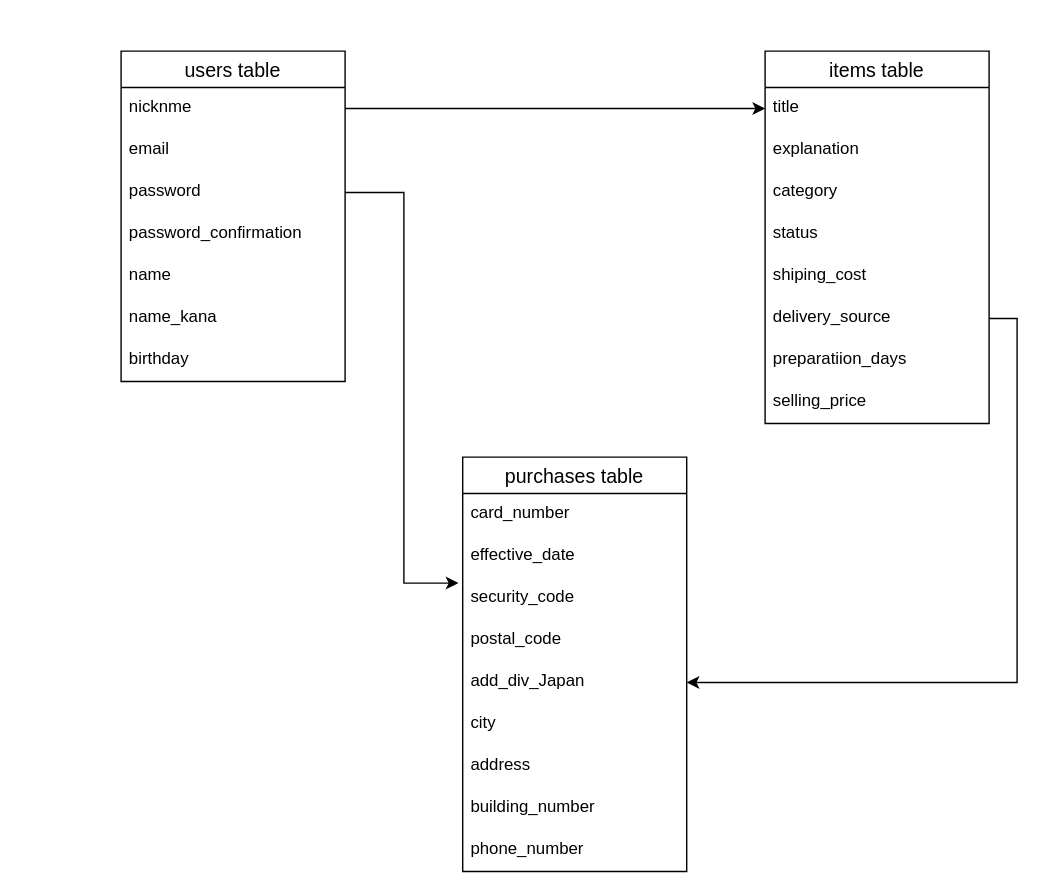
Above: test.dio in Takagineer/furima-33000 (draw.io), before the change. Source tidied: cells renumbered, new cells numbered last; positions are measured from the earlier drawing's top-left corner, leaving out a move shared by most shapes. Both pictures are drawn from the tidied source at 140%, with x=0, y=0 at pixel (120, 50).
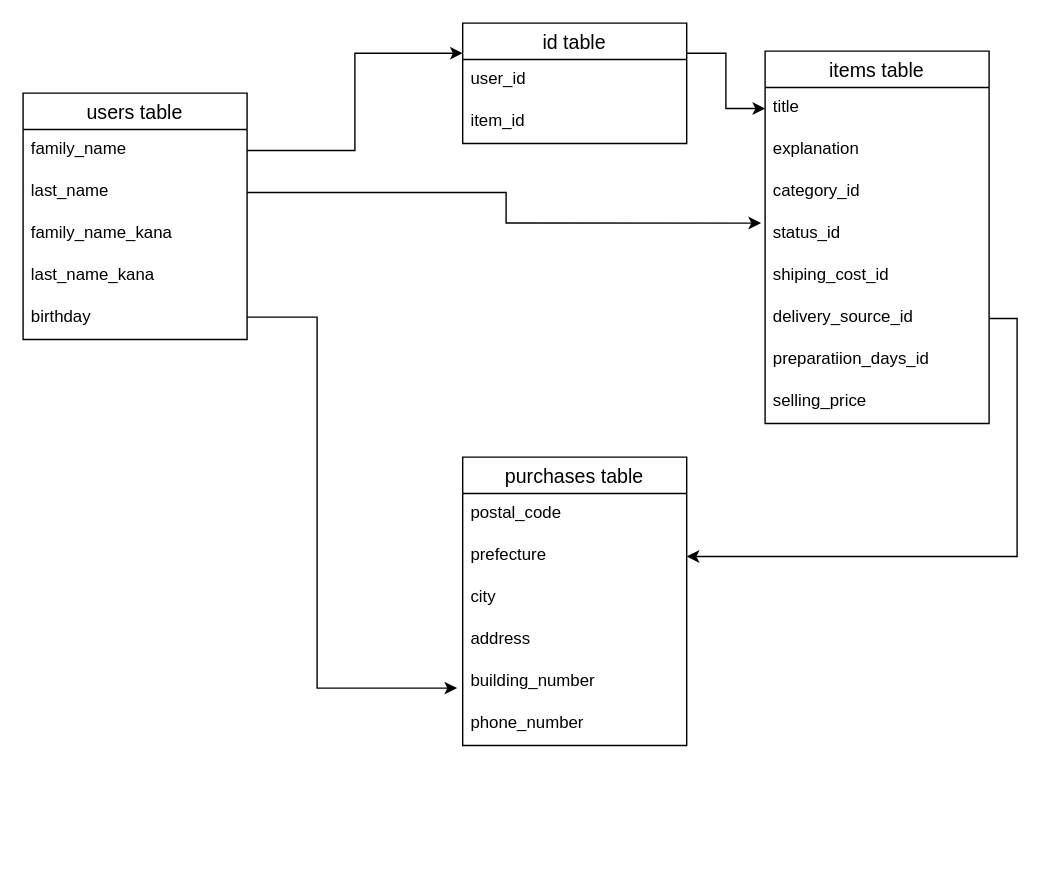
Above is the later version.

Commit message (it also covers changes not shown here):
correct_database

The change refers to these unchanged cells:
```xml
<mxCell id="10" value="items table" style="swimlane;fontStyle=0;horizontal=1;startSize=26;align=center;fontSize=14;" parent="1" vertex="1">
  <mxGeometry x="460" width="160" height="266" as="geometry" />
</mxCell>
<mxCell id="11" value="title" style="text;strokeColor=none;fillColor=none;spacingLeft=4;spacingRight=4;overflow=hidden;points=[[0,0.5],[1,0.5]];portConstraint=eastwest;fontSize=12;" parent="10" vertex="1">
  <mxGeometry y="26" width="160" height="30" as="geometry" />
</mxCell>
```

Change to the diagram source:
```diff
@@
     <mxCell id="2" value="users table" style="swimlane;fontStyle=0;horizontal=1;startSize=26;align=center;fontSize=14;" parent="1" vertex="1">
-      <mxGeometry width="160" height="236" as="geometry" />
+      <mxGeometry x="-70" y="30" width="160" height="176" as="geometry" />
     </mxCell>
-    <mxCell id="3" value="nicknme&#10;" style="text;strokeColor=none;fillColor=none;spacingLeft=4;spacingRight=4;overflow=hidden;points=[[0,0.5],[1,0.5]];portConstraint=eastwest;fontSize=12;" parent="2" vertex="1">
-      <mxGeometry y="26" width="160" height="30" as="geometry" />
-    </mxCell>
-    <mxCell id="4" value="email" style="text;strokeColor=none;fillColor=none;spacingLeft=4;spacingRight=4;overflow=hidden;points=[[0,0.5],[1,0.5]];portConstraint=eastwest;fontSize=12;" parent="2" vertex="1">
-      <mxGeometry y="56" width="160" height="30" as="geometry" />
+    <mxCell id="4" value="family_name" style="text;strokeColor=none;fillColor=none;spacingLeft=4;spacingRight=4;overflow=hidden;points=[[0,0.5],[1,0.5]];portConstraint=eastwest;fontSize=12;" parent="2" vertex="1">
+      <mxGeometry y="26" width="160" height="30" as="geometry" />
     </mxCell>
-    <mxCell id="5" value="password" style="text;strokeColor=none;fillColor=none;spacingLeft=4;spacingRight=4;overflow=hidden;points=[[0,0.5],[1,0.5]];portConstraint=eastwest;fontSize=12;" parent="2" vertex="1">
-      <mxGeometry y="86" width="160" height="30" as="geometry" />
+    <mxCell id="5" value="last_name" style="text;strokeColor=none;fillColor=none;spacingLeft=4;spacingRight=4;overflow=hidden;points=[[0,0.5],[1,0.5]];portConstraint=eastwest;fontSize=12;" parent="2" vertex="1">
+      <mxGeometry y="56" width="160" height="30" as="geometry" />
     </mxCell>
-    <mxCell id="6" value="password_confirmation" style="text;strokeColor=none;fillColor=none;spacingLeft=4;spacingRight=4;overflow=hidden;fontSize=12;" parent="2" vertex="1">
-      <mxGeometry y="116" width="160" height="30" as="geometry" />
+    <mxCell id="6" value="family_name_kana" style="text;strokeColor=none;fillColor=none;spacingLeft=4;spacingRight=4;overflow=hidden;fontSize=12;" parent="2" vertex="1">
+      <mxGeometry y="86" width="160" height="30" as="geometry" />
     </mxCell>
-    <mxCell id="7" value="name" style="text;strokeColor=none;fillColor=none;spacingLeft=4;spacingRight=4;overflow=hidden;fontSize=12;" parent="2" vertex="1">
-      <mxGeometry y="146" width="160" height="30" as="geometry" />
+    <mxCell id="7" value="last_name_kana" style="text;strokeColor=none;fillColor=none;spacingLeft=4;spacingRight=4;overflow=hidden;fontSize=12;" parent="2" vertex="1">
+      <mxGeometry y="116" width="160" height="30" as="geometry" />
     </mxCell>
-    <mxCell id="8" value="name_kana" style="text;strokeColor=none;fillColor=none;spacingLeft=4;spacingRight=4;overflow=hidden;fontSize=12;" parent="2" vertex="1">
-      <mxGeometry y="176" width="160" height="30" as="geometry" />
-    </mxCell>
+    <mxCell id="30" style="edgeStyle=orthogonalEdgeStyle;rounded=0;orthogonalLoop=1;jettySize=auto;html=1;" parent="2" edge="1">
+      <mxGeometry relative="1" as="geometry">
+        <mxPoint x="160" y="160" as="sourcePoint" />
+        <mxPoint x="310" y="425" as="targetPoint" />
+        <Array as="points">
+          <mxPoint x="210" y="160" />
+          <mxPoint x="210" y="425" />
+        </Array>
+      </mxGeometry>
+    </mxCell>
     <mxCell id="9" value="birthday" style="text;strokeColor=none;fillColor=none;spacingLeft=4;spacingRight=4;overflow=hidden;fontSize=12;" parent="2" vertex="1">
-      <mxGeometry y="206" width="160" height="30" as="geometry" />
+      <mxGeometry y="146" width="160" height="30" as="geometry" />
     </mxCell>
@@
-    <mxCell id="13" value="category" style="text;strokeColor=none;fillColor=none;spacingLeft=4;spacingRight=4;overflow=hidden;fontSize=12;" parent="10" vertex="1">
+    <mxCell id="13" value="category_id" style="text;strokeColor=none;fillColor=none;spacingLeft=4;spacingRight=4;overflow=hidden;fontSize=12;" parent="10" vertex="1">
       <mxGeometry y="86" width="160" height="30" as="geometry" />
     </mxCell>
-    <mxCell id="14" value="status" style="text;strokeColor=none;fillColor=none;spacingLeft=4;spacingRight=4;overflow=hidden;points=[[0,0.5],[1,0.5]];portConstraint=eastwest;fontSize=12;" parent="10" vertex="1">
+    <mxCell id="14" value="status_id" style="text;strokeColor=none;fillColor=none;spacingLeft=4;spacingRight=4;overflow=hidden;points=[[0,0.5],[1,0.5]];portConstraint=eastwest;fontSize=12;" parent="10" vertex="1">
       <mxGeometry y="116" width="160" height="30" as="geometry" />
     </mxCell>
-    <mxCell id="15" value="shiping_cost" style="text;strokeColor=none;fillColor=none;spacingLeft=4;spacingRight=4;overflow=hidden;fontSize=12;" parent="10" vertex="1">
+    <mxCell id="15" value="shiping_cost_id" style="text;strokeColor=none;fillColor=none;spacingLeft=4;spacingRight=4;overflow=hidden;fontSize=12;" parent="10" vertex="1">
       <mxGeometry y="146" width="160" height="30" as="geometry" />
     </mxCell>
-    <mxCell id="16" value="delivery_source" style="text;strokeColor=none;fillColor=none;spacingLeft=4;spacingRight=4;overflow=hidden;points=[[0,0.5],[1,0.5]];portConstraint=eastwest;fontSize=12;" parent="10" vertex="1">
+    <mxCell id="16" value="delivery_source_id" style="text;strokeColor=none;fillColor=none;spacingLeft=4;spacingRight=4;overflow=hidden;points=[[0,0.5],[1,0.5]];portConstraint=eastwest;fontSize=12;" parent="10" vertex="1">
       <mxGeometry y="176" width="160" height="30" as="geometry" />
     </mxCell>
-    <mxCell id="17" value="preparatiion_days" style="text;strokeColor=none;fillColor=none;spacingLeft=4;spacingRight=4;overflow=hidden;fontSize=12;" parent="10" vertex="1">
+    <mxCell id="17" value="preparatiion_days_id" style="text;strokeColor=none;fillColor=none;spacingLeft=4;spacingRight=4;overflow=hidden;fontSize=12;" parent="10" vertex="1">
       <mxGeometry y="206" width="160" height="30" as="geometry" />
     </mxCell>
@@
     <mxCell id="19" value="purchases table" style="swimlane;fontStyle=0;horizontal=1;startSize=26;align=center;fontSize=14;" parent="1" vertex="1">
-      <mxGeometry x="244" y="290" width="160" height="296" as="geometry" />
+      <mxGeometry x="244" y="290" width="160" height="206" as="geometry" />
     </mxCell>
-    <mxCell id="20" value="card_number" style="text;strokeColor=none;fillColor=none;spacingLeft=4;spacingRight=4;overflow=hidden;fontSize=12;" parent="19" vertex="1">
-      <mxGeometry y="26" width="160" height="30" as="geometry" />
-    </mxCell>
-    <mxCell id="21" value="effective_date" style="text;strokeColor=none;fillColor=none;spacingLeft=4;spacingRight=4;overflow=hidden;points=[[0,0.5],[1,0.5]];portConstraint=eastwest;fontSize=12;" parent="19" vertex="1">
-      <mxGeometry y="56" width="160" height="30" as="geometry" />
-    </mxCell>
-    <mxCell id="22" value="security_code" style="text;strokeColor=none;fillColor=none;spacingLeft=4;spacingRight=4;overflow=hidden;fontSize=12;" parent="19" vertex="1">
-      <mxGeometry y="86" width="160" height="30" as="geometry" />
-    </mxCell>
     <mxCell id="23" value="postal_code" style="text;strokeColor=none;fillColor=none;spacingLeft=4;spacingRight=4;overflow=hidden;fontSize=12;" parent="19" vertex="1">
-      <mxGeometry y="116" width="160" height="30" as="geometry" />
+      <mxGeometry y="26" width="160" height="30" as="geometry" />
     </mxCell>
-    <mxCell id="24" value="add_div_Japan" style="text;strokeColor=none;fillColor=none;spacingLeft=4;spacingRight=4;overflow=hidden;points=[[0,0.5],[1,0.5]];portConstraint=eastwest;fontSize=12;" parent="19" vertex="1">
-      <mxGeometry y="146" width="160" height="30" as="geometry" />
+    <mxCell id="24" value="prefecture" style="text;strokeColor=none;fillColor=none;spacingLeft=4;spacingRight=4;overflow=hidden;points=[[0,0.5],[1,0.5]];portConstraint=eastwest;fontSize=12;" parent="19" vertex="1">
+      <mxGeometry y="56" width="160" height="30" as="geometry" />
     </mxCell>
     <mxCell id="25" value="city" style="text;strokeColor=none;fillColor=none;spacingLeft=4;spacingRight=4;overflow=hidden;fontSize=12;" parent="19" vertex="1">
-      <mxGeometry y="176" width="160" height="30" as="geometry" />
+      <mxGeometry y="86" width="160" height="30" as="geometry" />
     </mxCell>
     <mxCell id="26" value="address" style="text;strokeColor=none;fillColor=none;spacingLeft=4;spacingRight=4;overflow=hidden;fontSize=12;" parent="19" vertex="1">
-      <mxGeometry y="206" width="160" height="30" as="geometry" />
+      <mxGeometry y="116" width="160" height="30" as="geometry" />
     </mxCell>
     <mxCell id="27" value="building_number" style="text;strokeColor=none;fillColor=none;spacingLeft=4;spacingRight=4;overflow=hidden;fontSize=12;" parent="19" vertex="1">
-      <mxGeometry y="236" width="160" height="30" as="geometry" />
+      <mxGeometry y="146" width="160" height="30" as="geometry" />
     </mxCell>
     <mxCell id="28" value="phone_number" style="text;strokeColor=none;fillColor=none;spacingLeft=4;spacingRight=4;overflow=hidden;fontSize=12;" parent="19" vertex="1">
-      <mxGeometry y="266" width="160" height="30" as="geometry" />
+      <mxGeometry y="176" width="160" height="30" as="geometry" />
     </mxCell>
-    <mxCell id="29" style="edgeStyle=orthogonalEdgeStyle;rounded=0;jettySize=auto;html=1;exitX=1;exitY=0.5;exitDx=0;exitDy=0;entryX=0;entryY=0.5;entryDx=0;entryDy=0;" parent="1" edge="1" source="3" target="11">
-      <mxGeometry relative="1" as="geometry" />
-    </mxCell>
-    <mxCell id="30" style="edgeStyle=orthogonalEdgeStyle;rounded=0;jettySize=auto;html=1;exitX=1;exitY=0.5;exitDx=0;exitDy=0;entryX=-0.019;entryY=1.133;entryDx=0;entryDy=0;entryPerimeter=0;" parent="1" edge="1" source="5" target="21">
-      <mxGeometry relative="1" as="geometry" />
-    </mxCell>
@@
+    <mxCell id="32" style="edgeStyle=orthogonalEdgeStyle;rounded=0;jettySize=auto;html=1;exitX=1;exitY=0.25;exitDx=0;exitDy=0;entryX=0;entryY=0.5;entryDx=0;entryDy=0;" parent="1" edge="1" source="33" target="11">
+      <mxGeometry relative="1" as="geometry" />
+    </mxCell>
+    <mxCell id="33" value="id table" style="swimlane;fontStyle=0;horizontal=1;startSize=26;align=center;fontSize=14;" parent="1" vertex="1">
+      <mxGeometry x="244" y="-20" width="160" height="86" as="geometry" />
+    </mxCell>
+    <mxCell id="34" value="user_id" style="text;strokeColor=none;fillColor=none;spacingLeft=4;spacingRight=4;overflow=hidden;fontSize=12;" parent="33" vertex="1">
+      <mxGeometry y="26" width="160" height="30" as="geometry" />
+    </mxCell>
+    <mxCell id="35" value="item_id" style="text;strokeColor=none;fillColor=none;spacingLeft=4;spacingRight=4;overflow=hidden;fontSize=12;" parent="33" vertex="1">
+      <mxGeometry y="56" width="160" height="30" as="geometry" />
+    </mxCell>
+    <mxCell id="36" style="edgeStyle=orthogonalEdgeStyle;rounded=0;jettySize=auto;html=1;exitX=1;exitY=0.5;exitDx=0;exitDy=0;entryX=0;entryY=0.25;entryDx=0;entryDy=0;" parent="1" edge="1" source="4" target="33">
+      <mxGeometry relative="1" as="geometry" />
+    </mxCell>
+    <mxCell id="37" style="edgeStyle=orthogonalEdgeStyle;rounded=0;jettySize=auto;html=1;exitX=1;exitY=0.5;exitDx=0;exitDy=0;entryX=-0.018;entryY=0.228;entryDx=0;entryDy=0;entryPerimeter=0;" parent="1" edge="1" source="5" target="14">
+      <mxGeometry relative="1" as="geometry" />
+    </mxCell>
```
